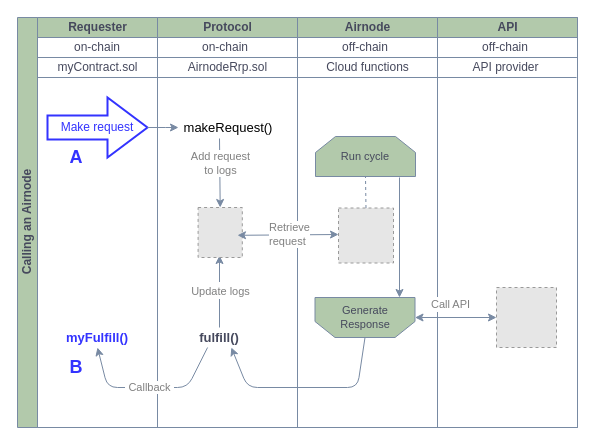
Before: docs/airnode/next/assets/diagrams/call-an-airnode.drawio in api3dao/old-api3-docs, a draw.io diagram. Source tidied: cells renumbered, new cells numbered last; positions are measured from the earlier drawing's top-left corner, leaving out a move shared by most shapes. Both pictures are drawn from the tidied source at 100%, with x=0, y=0 at pixel (17, 17). Pictures stored in the file or linked from it are replaced by grey dashed boxes.
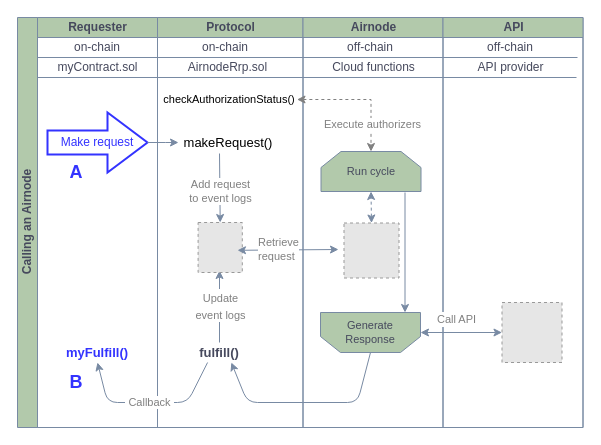
The same page after the edit.

The change refers to these unchanged cells:
```xml
<mxCell id="3" value="Requester" style="swimlane;html=1;startSize=20;fillColor=#B2C9AB;strokeColor=#788AA3;fontColor=#46495D;" parent="2" vertex="1">
  <mxGeometry x="20" width="120" height="410" as="geometry" />
</mxCell>
```

The edit, as a diff of the source:
```diff
@@
     <mxCell id="2" value="Calling an Airnode" style="swimlane;html=1;startSize=20;horizontal=0;rounded=0;sketch=0;fontColor=#46495D;strokeColor=#788AA3;fillColor=#B2C9AB;" parent="1" vertex="1">
-      <mxGeometry width="560" height="410" as="geometry" />
+      <mxGeometry width="565.5" height="410" as="geometry" />
     </mxCell>
@@
     <mxCell id="6" value="&lt;font color=&quot;#3333ff&quot;&gt;Make request&lt;/font&gt;" style="shape=singleArrow;whiteSpace=wrap;html=1;arrowWidth=0.4;arrowSize=0.4;rounded=0;sketch=0;strokeColor=#3333FF;strokeWidth=2;" parent="3" vertex="1">
-      <mxGeometry x="10" y="80" width="100" height="60" as="geometry" />
+      <mxGeometry x="10" y="95" width="100" height="60" as="geometry" />
     </mxCell>
@@
     <mxCell id="9" value="&lt;font color=&quot;#3333ff&quot;&gt;&lt;b&gt;myFulfill()&lt;/b&gt;&lt;/font&gt;" style="text;html=1;strokeColor=none;fillColor=none;align=center;verticalAlign=middle;whiteSpace=wrap;rounded=0;sketch=0;fontStyle=0;fontColor=#009900;fontSize=13;" parent="3" vertex="1">
-      <mxGeometry x="30" y="310" width="60" height="20" as="geometry" />
+      <mxGeometry x="30" y="325" width="60" height="20" as="geometry" />
     </mxCell>
     <mxCell id="10" value="&lt;font style=&quot;font-size: 18px&quot; color=&quot;#3333ff&quot;&gt;&lt;b&gt;A&lt;/b&gt;&lt;/font&gt;" style="text;html=1;strokeColor=none;fillColor=none;align=center;verticalAlign=middle;whiteSpace=wrap;rounded=0;sketch=0;fontSize=14;fontColor=#009900;" parent="3" vertex="1">
-      <mxGeometry x="19" y="130" width="40" height="20" as="geometry" />
+      <mxGeometry x="19" y="145" width="40" height="20" as="geometry" />
     </mxCell>
     <mxCell id="11" value="&lt;font style=&quot;font-size: 18px&quot; color=&quot;#3333ff&quot;&gt;&lt;b&gt;B&lt;/b&gt;&lt;/font&gt;" style="text;html=1;strokeColor=none;fillColor=none;align=center;verticalAlign=middle;whiteSpace=wrap;rounded=0;sketch=0;fontSize=14;fontColor=#009900;" parent="3" vertex="1">
-      <mxGeometry x="19" y="340" width="40" height="20" as="geometry" />
+      <mxGeometry x="19" y="355" width="40" height="20" as="geometry" />
     </mxCell>
@@
     <mxCell id="13" value="Protocol" style="swimlane;html=1;startSize=20;fillColor=#B2C9AB;strokeColor=#788AA3;fontColor=#46495D;" parent="2" vertex="1">
-      <mxGeometry x="140" width="140" height="410" as="geometry" />
+      <mxGeometry x="140" width="145.5" height="410" as="geometry" />
     </mxCell>
@@
     <mxCell id="15" style="endArrow=classic;html=1;fontColor=#46495D;strokeColor=#788AA3;fillColor=#B2C9AB;exitX=0.41;exitY=1.05;exitDx=0;exitDy=0;exitPerimeter=0;entryX=0.5;entryY=0;entryDx=0;entryDy=0;" parent="13" edge="1" target="22">
       <mxGeometry relative="1" as="geometry">
-        <mxPoint x="62" y="121" as="sourcePoint" />
+        <mxPoint x="62" y="136" as="sourcePoint" />
       </mxGeometry>
     </mxCell>
-    <mxCell id="16" value="&lt;font style=&quot;font-size: 11px&quot;&gt;Add request&lt;br&gt;to logs&lt;br&gt;&lt;/font&gt;" style="edgeLabel;html=1;align=center;verticalAlign=middle;fontColor=#808080;" parent="15" vertex="1">
+    <mxCell id="16" value="&lt;font style=&quot;font-size: 11px&quot;&gt;Add request&lt;br&gt;to event logs&lt;br&gt;&lt;/font&gt;" style="edgeLabel;html=1;align=center;verticalAlign=middle;fontColor=#808080;" parent="15" vertex="1">
       <mxGeometry relative="1" as="geometry">
-        <mxPoint y="-10" as="offset" />
+        <mxPoint y="3" as="offset" />
       </mxGeometry>
     </mxCell>
     <mxCell id="17" value="&lt;font color=&quot;#000000&quot; style=&quot;font-size: 13px;&quot;&gt;makeRequest()&lt;/font&gt;" style="text;html=1;strokeColor=none;fillColor=none;align=center;verticalAlign=middle;whiteSpace=wrap;rounded=0;sketch=0;fontColor=#46495D;fontSize=13;" parent="13" vertex="1">
-      <mxGeometry x="21" y="100" width="100" height="20" as="geometry" />
+      <mxGeometry x="21" y="115" width="100" height="20" as="geometry" />
     </mxCell>
@@
     <mxCell id="19" style="edgeStyle=orthogonalEdgeStyle;curved=0;rounded=1;sketch=0;jettySize=auto;html=1;entryX=0.5;entryY=1;entryDx=0;entryDy=0;fontSize=14;fontColor=#009900;startArrow=none;startFill=0;strokeColor=#788AA3;fillColor=#B2C9AB;" parent="13" edge="1" source="21">
       <mxGeometry relative="1" as="geometry">
-        <mxPoint x="62" y="238" as="targetPoint" />
+        <mxPoint x="62" y="253" as="targetPoint" />
       </mxGeometry>
     </mxCell>
-    <mxCell id="20" value="&lt;font style=&quot;font-size: 11px&quot; color=&quot;#808080&quot;&gt;Update logs&lt;/font&gt;" style="edgeLabel;html=1;align=center;verticalAlign=middle;fontSize=14;fontColor=#009900;" parent="19" vertex="1">
+    <mxCell id="20" value="&lt;font style=&quot;font-size: 11px&quot; color=&quot;#808080&quot;&gt;Update &lt;br&gt;event logs&lt;/font&gt;" style="edgeLabel;html=1;align=center;verticalAlign=middle;fontSize=14;fontColor=#009900;" parent="19" vertex="1">
       <mxGeometry x="0.06" relative="1" as="geometry" />
     </mxCell>
     <mxCell id="21" value="&lt;font style=&quot;font-size: 13px&quot;&gt;&lt;b&gt;fulfill()&lt;/b&gt;&lt;/font&gt;" style="text;html=1;strokeColor=none;fillColor=none;align=center;verticalAlign=middle;whiteSpace=wrap;rounded=0;sketch=0;fontColor=#46495D;fontStyle=0;fontSize=13;" parent="13" vertex="1">
-      <mxGeometry x="38.2" y="310" width="47.5" height="20" as="geometry" />
+      <mxGeometry x="38.2" y="325" width="47.5" height="20" as="geometry" />
     </mxCell>
     <mxCell id="22" style="fillColor=#E6E6E6;strokeColor=#999999;dashed=1;verticalLabelPosition=bottom;labelBackgroundColor=#ffffff;verticalAlign=top;" parent="13" vertex="1">
-      <mxGeometry x="40.6" y="190" width="44.2" height="50" as="geometry" />
+      <mxGeometry x="40.6" y="205" width="44.2" height="50" as="geometry" />
     </mxCell>
+    <mxCell id="40" value="&lt;font style=&quot;font-size: 11px&quot;&gt;checkAuthorizationStatus()&lt;/font&gt;" style="text;html=1;strokeColor=none;fillColor=none;align=center;verticalAlign=middle;whiteSpace=wrap;rounded=0;" parent="13" vertex="1">
+      <mxGeometry x="4" y="72" width="135.5" height="20" as="geometry" />
+    </mxCell>
+    <mxCell id="31" value="&lt;font color=&quot;#808080&quot;&gt;Retrieve&lt;br&gt;request&lt;/font&gt;" style="endArrow=classic;startArrow=classic;html=1;fontColor=#46495D;strokeColor=#788AA3;fillColor=#B2C9AB;entryX=0;entryY=0.5;entryDx=0;entryDy=0;align=left;" parent="2" edge="1">
+      <mxGeometry x="-0.62" y="1" relative="1" as="geometry">
+        <mxPoint x="220" y="232.8" as="sourcePoint" />
+        <mxPoint x="321" y="232" as="targetPoint" />
+      </mxGeometry>
+    </mxCell>
     <mxCell id="23" value="Airnode" style="swimlane;html=1;startSize=20;fillColor=#B2C9AB;strokeColor=#788AA3;fontColor=#46495D;" parent="2" vertex="1">
-      <mxGeometry x="280" width="140" height="410" as="geometry" />
+      <mxGeometry x="285.5" width="140" height="410" as="geometry" />
     </mxCell>
@@
     <mxCell id="26" style="fillColor=#E6E6E6;strokeColor=#999999;dashed=1;verticalLabelPosition=bottom;labelBackgroundColor=#ffffff;verticalAlign=top;" parent="23" vertex="1">
-      <mxGeometry x="41" y="190.5" width="55" height="55" as="geometry" />
+      <mxGeometry x="41" y="205.5" width="55" height="55" as="geometry" />
     </mxCell>
-    <mxCell id="27" style="endArrow=none;dashed=1;html=1;fontSize=11;fontColor=#46495D;strokeColor=#788AA3;fillColor=#B2C9AB;entryX=0.5;entryY=1;entryDx=0;entryDy=0;exitX=0.5;exitY=0;exitDx=0;exitDy=0;" parent="23" edge="1" source="26" target="28">
+    <mxCell id="27" style="endArrow=classic;dashed=1;html=1;fontSize=11;fontColor=#46495D;strokeColor=#788AA3;fillColor=#B2C9AB;entryX=0.5;entryY=1;entryDx=0;entryDy=0;exitX=0.5;exitY=0;exitDx=0;exitDy=0;endFill=1;startArrow=classic;startFill=1;" parent="23" edge="1" source="26" target="28">
       <mxGeometry relative="1" as="geometry" />
     </mxCell>
     <mxCell id="28" value="Run cycle" style="shape=loopLimit;whiteSpace=wrap;html=1;rounded=0;sketch=0;fontSize=11;fontColor=#46495D;strokeColor=#788AA3;fillColor=#B2C9AB;flipV=0;" parent="23" vertex="1">
-      <mxGeometry x="18" y="119" width="100" height="40" as="geometry" />
+      <mxGeometry x="18" y="134" width="100" height="40" as="geometry" />
     </mxCell>
     <mxCell id="29" value="Generate&lt;br&gt;Response" style="shape=loopLimit;whiteSpace=wrap;html=1;rounded=0;sketch=0;fontSize=11;fontColor=#46495D;strokeColor=#788AA3;fillColor=#B2C9AB;flipV=1;" parent="23" vertex="1">
-      <mxGeometry x="17.5" y="280" width="100" height="40" as="geometry" />
+      <mxGeometry x="17.5" y="295" width="100" height="40" as="geometry" />
     </mxCell>
     <mxCell id="30" style="endArrow=classic;html=1;fontSize=11;fontColor=#46495D;strokeColor=#788AA3;fillColor=#B2C9AB;" parent="23" edge="1">
       <mxGeometry relative="1" as="geometry">
-        <mxPoint x="102" y="160" as="sourcePoint" />
-        <mxPoint x="102" y="280" as="targetPoint" />
+        <mxPoint x="102" y="175" as="sourcePoint" />
+        <mxPoint x="102" y="295" as="targetPoint" />
       </mxGeometry>
     </mxCell>
-    <mxCell id="31" value="&lt;font color=&quot;#808080&quot;&gt;Retrieve&lt;br&gt;request&lt;/font&gt;" style="endArrow=classic;startArrow=classic;html=1;fontColor=#46495D;strokeColor=#788AA3;fillColor=#B2C9AB;entryX=0;entryY=0.5;entryDx=0;entryDy=0;align=left;" parent="2" edge="1">
-      <mxGeometry x="-0.4" y="1" relative="1" as="geometry">
-        <mxPoint x="220" y="217.8" as="sourcePoint" />
-        <mxPoint x="321" y="217" as="targetPoint" />
-      </mxGeometry>
-    </mxCell>
     <mxCell id="32" value="API" style="swimlane;html=1;startSize=20;fillColor=#B2C9AB;strokeColor=#788AA3;fontColor=#46495D;" parent="2" vertex="1">
-      <mxGeometry x="420" width="140" height="410" as="geometry" />
+      <mxGeometry x="425.5" width="140" height="410" as="geometry" />
     </mxCell>
@@
     <mxCell id="34" style="fillColor=#E6E6E6;strokeColor=#999999;dashed=1;verticalLabelPosition=bottom;labelBackgroundColor=#ffffff;verticalAlign=top;rotation=-90;" parent="32" vertex="1">
-      <mxGeometry x="59" y="270" width="60" height="60" as="geometry" />
+      <mxGeometry x="59" y="285" width="60" height="60" as="geometry" />
     </mxCell>
@@
     <mxCell id="38" style="endArrow=classic;html=1;fontSize=12;fontColor=#46495D;strokeColor=#788AA3;fillColor=#B2C9AB;entryX=0.75;entryY=1;entryDx=0;entryDy=0;exitX=0.5;exitY=1;exitDx=0;exitDy=0;" parent="2" edge="1" source="29" target="21">
       <mxGeometry relative="1" as="geometry">
         <Array as="points">
-          <mxPoint x="340" y="370" />
-          <mxPoint x="230" y="370" />
+          <mxPoint x="340" y="385" />
+          <mxPoint x="230" y="385" />
         </Array>
       </mxGeometry>
     </mxCell>
     <mxCell id="39" value="&lt;font color=&quot;#808080&quot;&gt;&amp;nbsp;Callback&amp;nbsp;&lt;/font&gt;" style="endArrow=classic;html=1;fontSize=11;fontColor=#46495D;strokeColor=#788AA3;fillColor=#B2C9AB;entryX=0.5;entryY=1;entryDx=0;entryDy=0;exitX=0.25;exitY=1;exitDx=0;exitDy=0;" parent="2" edge="1" source="21" target="9">
       <mxGeometry relative="1" as="geometry">
         <Array as="points">
-          <mxPoint x="170" y="370" />
-          <mxPoint x="90" y="370" />
+          <mxPoint x="170" y="385" />
+          <mxPoint x="90" y="385" />
         </Array>
       </mxGeometry>
     </mxCell>
+    <mxCell id="41" style="edgeStyle=orthogonalEdgeStyle;rounded=0;jettySize=auto;html=1;startArrow=classic;startFill=1;endArrow=classic;endFill=1;dashed=1;strokeColor=#808080;" parent="2" edge="1" source="40" target="28">
+      <mxGeometry relative="1" as="geometry" />
+    </mxCell>
+    <mxCell id="42" value="Execute authorizers" style="edgeLabel;html=1;align=center;verticalAlign=middle;fontColor=#808080;" parent="41" vertex="1">
+      <mxGeometry x="0.55" y="1" relative="1" as="geometry" />
+    </mxCell>
```
